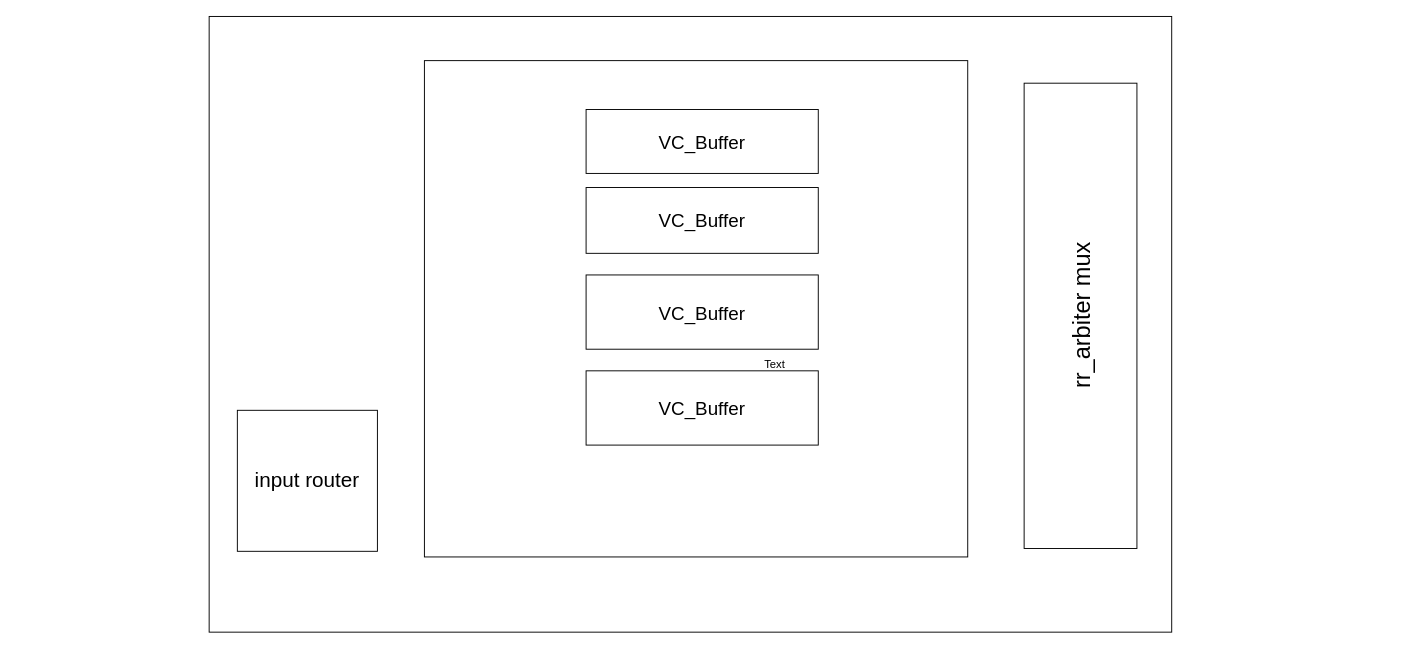
Before: page "temp-input_module" (11 of 14) of NoC.drawio in Akilax0/minimal_NoC, a draw.io diagram. Source tidied: cells renumbered, new cells numbered last; positions are measured from the earlier drawing's top-left corner, leaving out a move shared by most shapes. Both pictures are drawn from the tidied source at 94%, with x=0, y=0 at pixel (209, 16).
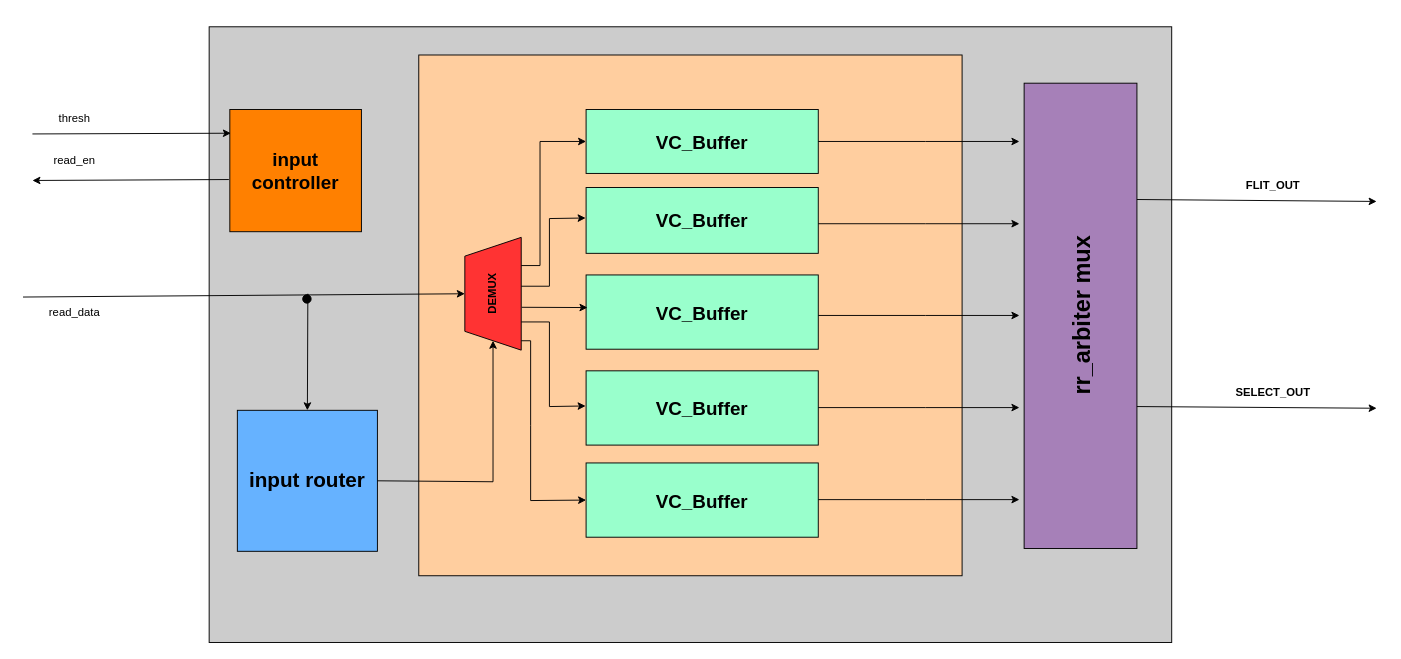
The same diagram, later.

Diff of the diagram source:
```diff
@@
-    <mxCell id="2" style="rounded=0;whiteSpace=wrap;html=1;" parent="1" vertex="1">
-      <mxGeometry width="1024" height="655" as="geometry" />
+    <mxCell id="2" style="rounded=0;whiteSpace=wrap;html=1;fillColor=#CCCCCC;" parent="1" vertex="1">
+      <mxGeometry y="11" width="1024" height="655" as="geometry" />
     </mxCell>
-    <mxCell id="3" style="rounded=0;whiteSpace=wrap;html=1;" parent="1" vertex="1">
-      <mxGeometry x="229" y="47" width="578" height="528" as="geometry" />
+    <mxCell id="3" style="rounded=0;whiteSpace=wrap;html=1;fillColor=#FFCE9F;" parent="1" vertex="1">
+      <mxGeometry x="223" y="41" width="578" height="554" as="geometry" />
     </mxCell>
-    <mxCell id="4" value="&lt;font style=&quot;font-size: 22px;&quot;&gt;input router&lt;/font&gt;" style="rounded=0;whiteSpace=wrap;html=1;" parent="1" vertex="1">
+    <mxCell id="4" value="&lt;font style=&quot;font-size: 22px;&quot;&gt;&lt;b&gt;input router&lt;/b&gt;&lt;/font&gt;" style="rounded=0;whiteSpace=wrap;html=1;fillColor=#66B2FF;" parent="1" vertex="1">
       <mxGeometry x="30" y="419" width="149" height="150" as="geometry" />
     </mxCell>
-    <mxCell id="5" value="&lt;font style=&quot;font-size: 20px;&quot;&gt;VC_Buffer&lt;/font&gt;" style="rounded=0;whiteSpace=wrap;html=1;" parent="1" vertex="1">
+    <mxCell id="5" value="&lt;font style=&quot;font-size: 20px;&quot;&gt;&lt;b&gt;VC_Buffer&lt;/b&gt;&lt;/font&gt;" style="rounded=0;whiteSpace=wrap;html=1;fillColor=#99FFCC;" parent="1" vertex="1">
       <mxGeometry x="401" y="99" width="247" height="68" as="geometry" />
     </mxCell>
-    <mxCell id="6" value="&lt;font style=&quot;font-size: 20px;&quot;&gt;VC_Buffer&lt;/font&gt;" style="rounded=0;whiteSpace=wrap;html=1;" parent="1" vertex="1">
+    <mxCell id="6" value="&lt;font style=&quot;font-size: 20px;&quot;&gt;&lt;b&gt;VC_Buffer&lt;/b&gt;&lt;/font&gt;" style="rounded=0;whiteSpace=wrap;html=1;fillColor=#99FFCC;" parent="1" vertex="1">
       <mxGeometry x="401" y="182" width="247" height="70" as="geometry" />
     </mxCell>
-    <mxCell id="7" value="&lt;font style=&quot;font-size: 20px;&quot;&gt;VC_Buffer&lt;/font&gt;" style="rounded=0;whiteSpace=wrap;html=1;" parent="1" vertex="1">
+    <mxCell id="7" value="&lt;font style=&quot;font-size: 20px;&quot;&gt;&lt;b&gt;VC_Buffer&lt;/b&gt;&lt;/font&gt;" style="rounded=0;whiteSpace=wrap;html=1;fillColor=#99FFCC;" parent="1" vertex="1">
       <mxGeometry x="401" y="275" width="247" height="79" as="geometry" />
     </mxCell>
-    <mxCell id="8" value="&lt;font style=&quot;font-size: 20px;&quot;&gt;VC_Buffer&lt;/font&gt;" style="rounded=0;whiteSpace=wrap;html=1;" parent="1" vertex="1">
+    <mxCell id="8" value="&lt;font style=&quot;font-size: 20px;&quot;&gt;&lt;b&gt;VC_Buffer&lt;/b&gt;&lt;/font&gt;" style="rounded=0;whiteSpace=wrap;html=1;fillColor=#99FFCC;" parent="1" vertex="1">
       <mxGeometry x="401" y="377" width="247" height="79" as="geometry" />
     </mxCell>
-    <mxCell id="9" style="rounded=0;whiteSpace=wrap;html=1;" parent="1" vertex="1">
+    <mxCell id="9" style="rounded=0;whiteSpace=wrap;html=1;fillColor=#A680B8;" parent="1" vertex="1">
       <mxGeometry x="867" y="71" width="120" height="495" as="geometry" />
     </mxCell>
-    <mxCell id="10" value="&lt;font style=&quot;font-size: 25px;&quot;&gt;rr_arbiter mux&lt;br&gt;&lt;/font&gt;" style="text;html=1;strokeColor=none;fillColor=none;align=center;verticalAlign=middle;whiteSpace=wrap;rounded=0;horizontal=0;fontSize=20;" parent="1" vertex="1">
+    <mxCell id="10" value="&lt;font style=&quot;font-size: 25px;&quot;&gt;&lt;b&gt;rr_arbiter mux&lt;/b&gt;&lt;br&gt;&lt;/font&gt;" style="text;html=1;strokeColor=none;fillColor=none;align=center;verticalAlign=middle;whiteSpace=wrap;rounded=0;horizontal=0;fontSize=20;" parent="1" vertex="1">
       <mxGeometry x="897" y="136" width="60" height="365" as="geometry" />
     </mxCell>
-    <mxCell id="11" value="Text" style="text;html=1;strokeColor=none;fillColor=none;align=center;verticalAlign=middle;whiteSpace=wrap;rounded=0;" parent="1" vertex="1">
-      <mxGeometry x="572" y="355" width="60" height="30" as="geometry" />
-    </mxCell>
+    <mxCell id="12" style="endArrow=classic;html=1;rounded=0;exitX=-0.007;exitY=0.409;exitDx=0;exitDy=0;exitPerimeter=0;" parent="1" edge="1">
+      <mxGeometry relative="1" as="geometry">
+        <mxPoint x="21" y="173.5" as="sourcePoint" />
+        <mxPoint x="-188" y="174.5" as="targetPoint" />
+      </mxGeometry>
+    </mxCell>
+    <mxCell id="13" value="read_en" style="text;html=1;strokeColor=none;fillColor=none;align=center;verticalAlign=middle;whiteSpace=wrap;rounded=0;" parent="1" vertex="1">
+      <mxGeometry x="-193" y="138.2" width="100" height="28.8" as="geometry" />
+    </mxCell>
+    <mxCell id="14" style="endArrow=classic;html=1;rounded=0;entryX=0.5;entryY=0;entryDx=0;entryDy=0;" parent="1" edge="1" target="16">
+      <mxGeometry relative="1" as="geometry">
+        <mxPoint x="-198" y="298.5" as="sourcePoint" />
+      </mxGeometry>
+    </mxCell>
+    <mxCell id="15" value="read_data" style="text;html=1;strokeColor=none;fillColor=none;align=center;verticalAlign=middle;whiteSpace=wrap;rounded=0;" parent="1" vertex="1">
+      <mxGeometry x="-188" y="296" width="90" height="37" as="geometry" />
+    </mxCell>
+    <mxCell id="16" value="&lt;b&gt;DEMUX&lt;/b&gt;" style="shape=trapezoid;perimeter=trapezoidPerimeter;whiteSpace=wrap;html=1;fixedSize=1;rotation=-90;fillColor=#FF3333;" parent="1" vertex="1">
+      <mxGeometry x="242" y="265" width="120" height="60" as="geometry" />
+    </mxCell>
+    <mxCell id="17" style="endArrow=classic;html=1;rounded=0;entryX=0.5;entryY=0;entryDx=0;entryDy=0;" parent="1" edge="1" target="4">
+      <mxGeometry relative="1" as="geometry">
+        <mxPoint x="105" y="295" as="sourcePoint" />
+      </mxGeometry>
+    </mxCell>
+    <mxCell id="18" style="ellipse;whiteSpace=wrap;html=1;fillColor=#000000;" parent="1" vertex="1">
+      <mxGeometry x="99.5" y="296" width="9" height="9" as="geometry" />
+    </mxCell>
+    <mxCell id="19" style="endArrow=classic;html=1;rounded=0;exitX=1;exitY=0.5;exitDx=0;exitDy=0;" parent="1" edge="1" source="4" target="16">
+      <mxGeometry relative="1" as="geometry">
+        <Array as="points">
+          <mxPoint x="302" y="495" />
+        </Array>
+      </mxGeometry>
+    </mxCell>
+    <mxCell id="20" style="endArrow=classic;html=1;rounded=0;exitX=0.75;exitY=1;exitDx=0;exitDy=0;entryX=0;entryY=0.5;entryDx=0;entryDy=0;" parent="1" edge="1" source="16" target="5">
+      <mxGeometry relative="1" as="geometry">
+        <Array as="points">
+          <mxPoint x="352" y="265" />
+          <mxPoint x="352" y="133" />
+        </Array>
+      </mxGeometry>
+    </mxCell>
+    <mxCell id="21" style="endArrow=classic;html=1;rounded=0;exitX=0.75;exitY=1;exitDx=0;exitDy=0;entryX=-0.002;entryY=0.463;entryDx=0;entryDy=0;entryPerimeter=0;" parent="1" edge="1" target="6">
+      <mxGeometry relative="1" as="geometry">
+        <mxPoint x="332" y="287" as="sourcePoint" />
+        <Array as="points">
+          <mxPoint x="362" y="287" />
+          <mxPoint x="362" y="215" />
+        </Array>
+      </mxGeometry>
+    </mxCell>
+    <mxCell id="22" style="endArrow=classic;html=1;rounded=0;exitX=0.301;exitY=0.991;exitDx=0;exitDy=0;exitPerimeter=0;entryX=0.002;entryY=0.56;entryDx=0;entryDy=0;entryPerimeter=0;" parent="1" edge="1">
+      <mxGeometry relative="1" as="geometry">
+        <mxPoint x="332.5" y="309.4" as="sourcePoint" />
+        <mxPoint x="402.5" y="309.7" as="targetPoint" />
+      </mxGeometry>
+    </mxCell>
+    <mxCell id="23" style="endArrow=classic;html=1;rounded=0;exitX=0.25;exitY=1;exitDx=0;exitDy=0;entryX=-0.002;entryY=0.473;entryDx=0;entryDy=0;entryPerimeter=0;" parent="1" edge="1" source="16" target="8">
+      <mxGeometry relative="1" as="geometry">
+        <Array as="points">
+          <mxPoint x="362" y="325" />
+          <mxPoint x="362" y="415" />
+        </Array>
+      </mxGeometry>
+    </mxCell>
+    <mxCell id="24" style="endArrow=classic;html=1;rounded=0;exitX=1;exitY=0.5;exitDx=0;exitDy=0;" parent="1" edge="1" source="5">
+      <mxGeometry relative="1" as="geometry">
+        <mxPoint x="862" y="133" as="targetPoint" />
+        <Array as="points">
+          <mxPoint x="762" y="133" />
+        </Array>
+      </mxGeometry>
+    </mxCell>
+    <mxCell id="25" style="endArrow=classic;html=1;rounded=0;exitX=1;exitY=0.5;exitDx=0;exitDy=0;" parent="1" edge="1">
+      <mxGeometry relative="1" as="geometry">
+        <mxPoint x="648" y="220.5" as="sourcePoint" />
+        <mxPoint x="862" y="220.5" as="targetPoint" />
+        <Array as="points">
+          <mxPoint x="762" y="220.5" />
+        </Array>
+      </mxGeometry>
+    </mxCell>
+    <mxCell id="26" style="endArrow=classic;html=1;rounded=0;exitX=1;exitY=0.5;exitDx=0;exitDy=0;" parent="1" edge="1">
+      <mxGeometry relative="1" as="geometry">
+        <mxPoint x="648" y="318.1" as="sourcePoint" />
+        <mxPoint x="862" y="318.1" as="targetPoint" />
+        <Array as="points">
+          <mxPoint x="762" y="318.1" />
+        </Array>
+      </mxGeometry>
+    </mxCell>
+    <mxCell id="27" style="endArrow=classic;html=1;rounded=0;exitX=1;exitY=0.5;exitDx=0;exitDy=0;" parent="1" edge="1">
+      <mxGeometry relative="1" as="geometry">
+        <mxPoint x="648" y="416.1" as="sourcePoint" />
+        <mxPoint x="862" y="416.1" as="targetPoint" />
+        <Array as="points">
+          <mxPoint x="762" y="416.1" />
+        </Array>
+      </mxGeometry>
+    </mxCell>
+    <mxCell id="28" style="endArrow=classic;html=1;rounded=0;exitX=1;exitY=0.25;exitDx=0;exitDy=0;" parent="1" edge="1" source="9">
+      <mxGeometry relative="1" as="geometry">
+        <mxPoint x="1242" y="196.8" as="targetPoint" />
+      </mxGeometry>
+    </mxCell>
+    <mxCell id="29" value="&lt;b&gt;FLIT_OUT&lt;/b&gt;" style="text;html=1;strokeColor=none;fillColor=none;align=center;verticalAlign=middle;whiteSpace=wrap;rounded=0;" parent="1" vertex="1">
+      <mxGeometry x="1062" y="165" width="140" height="30" as="geometry" />
+    </mxCell>
+    <mxCell id="30" style="endArrow=classic;html=1;rounded=0;exitX=1;exitY=0.25;exitDx=0;exitDy=0;" parent="1" edge="1">
+      <mxGeometry relative="1" as="geometry">
+        <mxPoint x="987" y="415" as="sourcePoint" />
+        <mxPoint x="1242" y="416.8" as="targetPoint" />
+      </mxGeometry>
+    </mxCell>
+    <mxCell id="31" value="&lt;b&gt;SELECT_OUT&lt;/b&gt;" style="text;html=1;strokeColor=none;fillColor=none;align=center;verticalAlign=middle;whiteSpace=wrap;rounded=0;" parent="1" vertex="1">
+      <mxGeometry x="1062" y="385" width="140" height="30" as="geometry" />
+    </mxCell>
+    <mxCell id="32" value="&lt;font style=&quot;font-size: 20px;&quot;&gt;&lt;b&gt;input controller&lt;/b&gt;&lt;/font&gt;" style="rounded=0;whiteSpace=wrap;html=1;fillColor=#FF8000;" parent="1" vertex="1">
+      <mxGeometry x="22" y="99" width="140" height="130" as="geometry" />
+    </mxCell>
+    <mxCell id="33" style="endArrow=classic;html=1;rounded=0;entryX=0.008;entryY=0.194;entryDx=0;entryDy=0;entryPerimeter=0;" parent="1" edge="1" target="32">
+      <mxGeometry relative="1" as="geometry">
+        <mxPoint x="-188" y="125" as="sourcePoint" />
+      </mxGeometry>
+    </mxCell>
+    <mxCell id="34" value="thresh" style="text;html=1;strokeColor=none;fillColor=none;align=center;verticalAlign=middle;whiteSpace=wrap;rounded=0;" parent="1" vertex="1">
+      <mxGeometry x="-193" y="95" width="100" height="28.8" as="geometry" />
+    </mxCell>
+    <mxCell id="35" value="&lt;font style=&quot;font-size: 20px;&quot;&gt;&lt;b&gt;VC_Buffer&lt;/b&gt;&lt;/font&gt;" style="rounded=0;whiteSpace=wrap;html=1;fillColor=#99FFCC;" parent="1" vertex="1">
+      <mxGeometry x="401" y="475" width="247" height="79" as="geometry" />
+    </mxCell>
+    <mxCell id="36" style="endArrow=classic;html=1;rounded=0;exitX=1;exitY=0.5;exitDx=0;exitDy=0;" parent="1" edge="1">
+      <mxGeometry relative="1" as="geometry">
+        <mxPoint x="648" y="514" as="sourcePoint" />
+        <mxPoint x="862" y="514" as="targetPoint" />
+        <Array as="points">
+          <mxPoint x="762" y="514" />
+        </Array>
+      </mxGeometry>
+    </mxCell>
+    <mxCell id="37" style="endArrow=classic;html=1;rounded=0;exitX=0.25;exitY=1;exitDx=0;exitDy=0;entryX=0;entryY=0.5;entryDx=0;entryDy=0;" parent="1" edge="1" target="35">
+      <mxGeometry relative="1" as="geometry">
+        <mxPoint x="332" y="345" as="sourcePoint" />
+        <Array as="points">
+          <mxPoint x="342" y="345" />
+          <mxPoint x="342" y="435" />
+          <mxPoint x="342" y="515" />
+        </Array>
+      </mxGeometry>
+    </mxCell>
```
